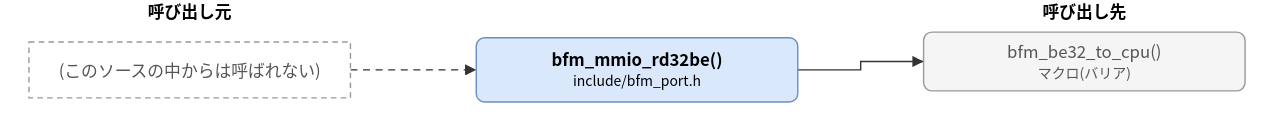
Earlier version of the draw.io export doc/spec/images/call_include_bfm_port-bfm_mmio_rd32be.drawio.svg (hf355051012-ai/bfmem). Source tidied: cells renumbered, new cells last; positions are measured from the earlier drawing's top-left corner, leaving out a move shared by most shapes.
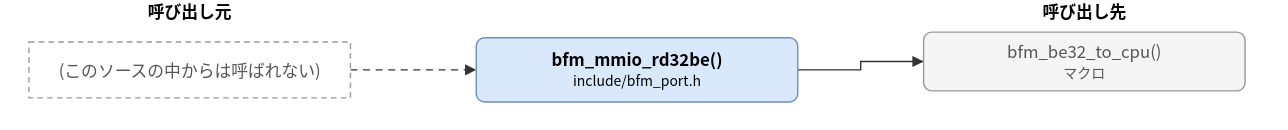
The same file after the commit.

Diff of the diagram source:
```diff
@@ -5,7 +5,7 @@
     <mxCell id="2" value="bfm_mmio_rd32be()&lt;br&gt;&lt;font style=&quot;font-size:10px&quot;&gt;include/bfm_port.h&lt;/font&gt;" style="rounded=1;whiteSpace=wrap;html=1;fillColor=#dae8fc;strokeColor=#6c8ebf;fontStyle=1;" parent="1" vertex="1">
       <mxGeometry x="320" y="27" width="230" height="46" as="geometry" />
     </mxCell>
-    <mxCell id="3" value="bfm_be32_to_cpu()&lt;br&gt;&lt;font style=&quot;font-size:10px&quot;&gt;マクロ(バリア)&lt;/font&gt;" style="rounded=1;whiteSpace=wrap;html=1;fillColor=#f5f5f5;strokeColor=#999999;fontColor=#555555;" parent="1" vertex="1">
+    <mxCell id="3" value="bfm_be32_to_cpu()&lt;br&gt;&lt;font style=&quot;font-size:10px&quot;&gt;マクロ&lt;/font&gt;" style="rounded=1;whiteSpace=wrap;html=1;fillColor=#f5f5f5;strokeColor=#999999;fontColor=#555555;" parent="1" vertex="1">
       <mxGeometry x="640" y="23" width="230" height="42" as="geometry" />
     </mxCell>
     <mxCell id="4" value="(このソースの中からは呼ばれない)" style="rounded=0;whiteSpace=wrap;html=1;dashed=1;strokeColor=#999999;fontColor=#555555;dashed=1;" parent="1" vertex="1">
```
